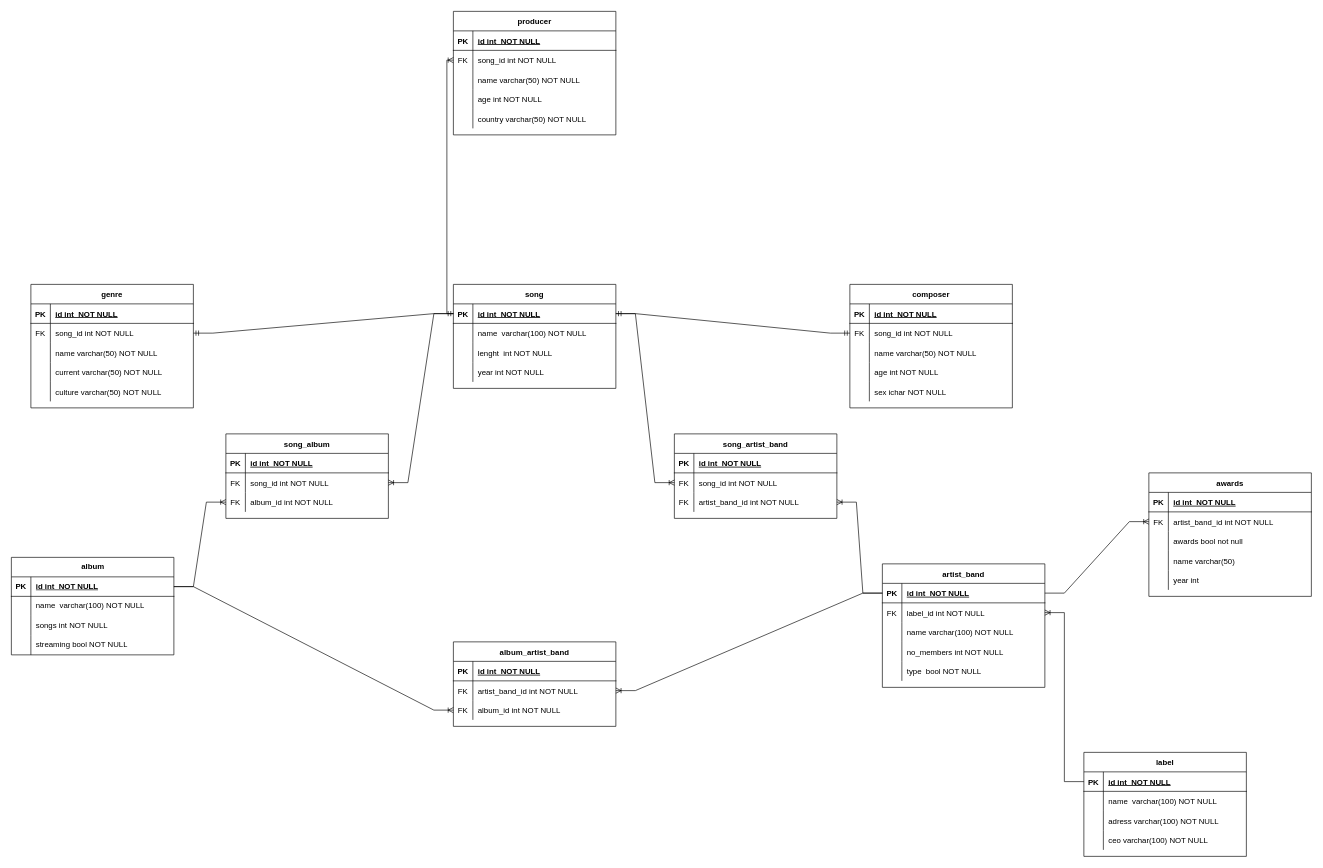
Above: model_conceptual.drawio in vitorjurj/examen_sem1_db (draw.io), before the change. Source tidied: cells renumbered, new cells numbered last; positions are measured from the earlier drawing's top-left corner, leaving out a move shared by most shapes. Both pictures are drawn from the tidied source at 65%, with x=0, y=0 at pixel (11, 11).
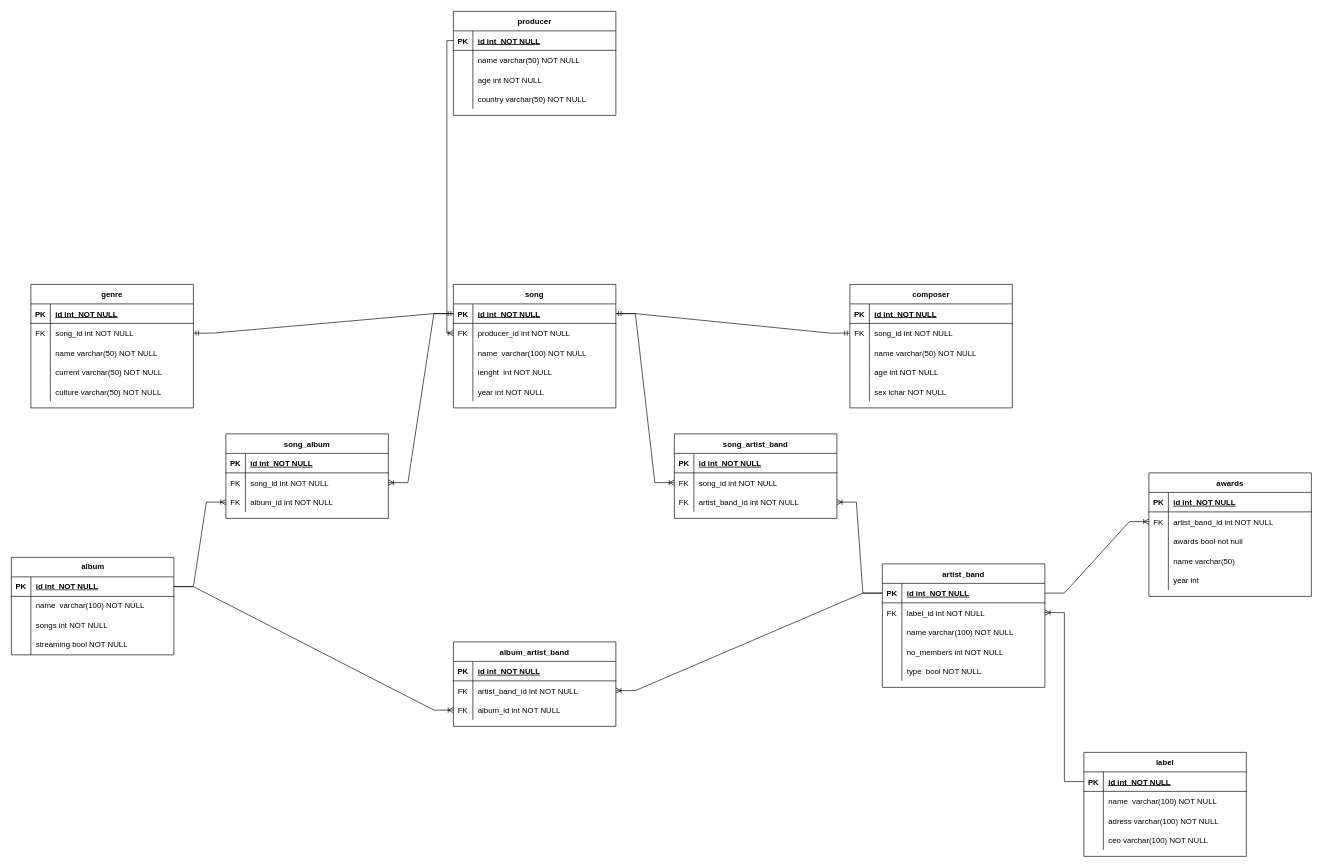
Above is the later version.

Unchanged cells that the change refers to:
```xml
<mxCell id="29" style="shape=partialRectangle;fillColor=none;points=[[0,0.5],[1,0.5]];portConstraint=eastwest;top=0;left=0;right=0;bottom=1;" parent="28" vertex="1">
  <mxGeometry y="30" width="250" height="30" as="geometry" />
</mxCell>
<mxCell id="81" style="shape=partialRectangle;fillColor=none;points=[[0,0.5],[1,0.5]];portConstraint=eastwest;top=0;left=0;right=0;bottom=1;" parent="80" vertex="1">
  <mxGeometry y="30" width="250" height="30" as="geometry" />
</mxCell>
```

Diff of the diagram source:
```diff
@@
     <mxCell id="28" value="song" style="shape=table;startSize=30;childLayout=tableLayout;rowLines=0;fontStyle=1;align=center;" parent="1" vertex="1">
-      <mxGeometry x="680" y="420" width="250" height="160" as="geometry" />
+      <mxGeometry x="680" y="420" width="250" height="190" as="geometry" />
     </mxCell>
@@
+    <mxCell id="84" style="shape=partialRectangle;fillColor=none;points=[[0,0.5],[1,0.5]];portConstraint=eastwest;top=0;left=0;right=0;bottom=0;" parent="28" vertex="1">
+      <mxGeometry y="60" width="250" height="30" as="geometry" />
+    </mxCell>
+    <mxCell id="85" value="FK" style="shape=partialRectangle;overflow=hidden;fillColor=none;top=0;left=0;bottom=0;right=0;" parent="84" vertex="1">
+      <mxGeometry width="30" height="30" as="geometry" />
+    </mxCell>
+    <mxCell id="162" value="producer_id int NOT NULL" style="shape=partialRectangle;overflow=hidden;fillColor=none;top=0;left=0;bottom=0;right=0;align=left;spacingLeft=6;" parent="84" vertex="1">
+      <mxGeometry x="30" width="220" height="30" as="geometry" />
+    </mxCell>
     <mxCell id="32" style="shape=partialRectangle;fillColor=none;top=0;left=0;right=0;bottom=0;" parent="28" vertex="1">
-      <mxGeometry y="60" width="250" height="30" as="geometry" />
+      <mxGeometry y="90" width="250" height="30" as="geometry" />
     </mxCell>
@@
     <mxCell id="35" style="shape=partialRectangle;fillColor=none;top=0;left=0;right=0;bottom=0;" parent="28" vertex="1">
-      <mxGeometry y="90" width="250" height="30" as="geometry" />
+      <mxGeometry y="120" width="250" height="30" as="geometry" />
     </mxCell>
@@
     <mxCell id="38" style="shape=partialRectangle;fillColor=none;top=0;left=0;right=0;bottom=0;" parent="28" vertex="1">
-      <mxGeometry y="120" width="250" height="30" as="geometry" />
+      <mxGeometry y="150" width="250" height="30" as="geometry" />
     </mxCell>
@@
     <mxCell id="80" value="producer" style="shape=table;startSize=30;childLayout=tableLayout;rowLines=0;fontStyle=1;align=center;" parent="1" vertex="1">
-      <mxGeometry x="680" width="250" height="190" as="geometry" />
+      <mxGeometry x="680" width="250" height="160" as="geometry" />
     </mxCell>
@@
-    <mxCell id="84" style="shape=partialRectangle;fillColor=none;points=[[0,0.5],[1,0.5]];portConstraint=eastwest;top=0;left=0;right=0;bottom=0;" parent="80" vertex="1">
-      <mxGeometry y="60" width="250" height="30" as="geometry" />
-    </mxCell>
-    <mxCell id="85" value="FK" style="shape=partialRectangle;overflow=hidden;fillColor=none;top=0;left=0;bottom=0;right=0;" parent="84" vertex="1">
-      <mxGeometry width="30" height="30" as="geometry" />
-    </mxCell>
-    <mxCell id="86" value="song_id int NOT NULL" style="shape=partialRectangle;overflow=hidden;fillColor=none;top=0;left=0;bottom=0;right=0;align=left;spacingLeft=6;" parent="84" vertex="1">
-      <mxGeometry x="30" width="220" height="30" as="geometry" />
-    </mxCell>
     <mxCell id="87" style="shape=partialRectangle;fillColor=none;top=0;left=0;right=0;bottom=0;" parent="80" vertex="1">
-      <mxGeometry y="90" width="250" height="30" as="geometry" />
+      <mxGeometry y="60" width="250" height="30" as="geometry" />
     </mxCell>
@@
     <mxCell id="90" style="shape=partialRectangle;fillColor=none;top=0;left=0;right=0;bottom=0;" parent="80" vertex="1">
-      <mxGeometry y="120" width="250" height="30" as="geometry" />
+      <mxGeometry y="90" width="250" height="30" as="geometry" />
     </mxCell>
@@
     <mxCell id="93" style="shape=partialRectangle;fillColor=none;top=0;left=0;right=0;bottom=0;" parent="80" vertex="1">
-      <mxGeometry y="150" width="250" height="30" as="geometry" />
+      <mxGeometry y="120" width="250" height="30" as="geometry" />
     </mxCell>
@@
-    <mxCell id="96" style="edgeStyle=orthogonalEdgeStyle;fontSize=12;html=1;endArrow=ERoneToMany;rounded=0;exitX=0;exitY=0.5;exitDx=0;exitDy=0;entryX=0;entryY=0.5;entryDx=0;entryDy=0;" parent="1" edge="1" source="29" target="84">
-      <mxGeometry relative="1" as="geometry" />
-    </mxCell>
@@
+    <mxCell id="163" style="edgeStyle=orthogonalEdgeStyle;fontSize=12;html=1;endArrow=ERoneToMany;rounded=0;exitX=0;exitY=0.5;exitDx=0;exitDy=0;entryX=0;entryY=0.5;entryDx=0;entryDy=0;" parent="1" edge="1" source="81" target="84">
+      <mxGeometry relative="1" as="geometry" />
+    </mxCell>
```
